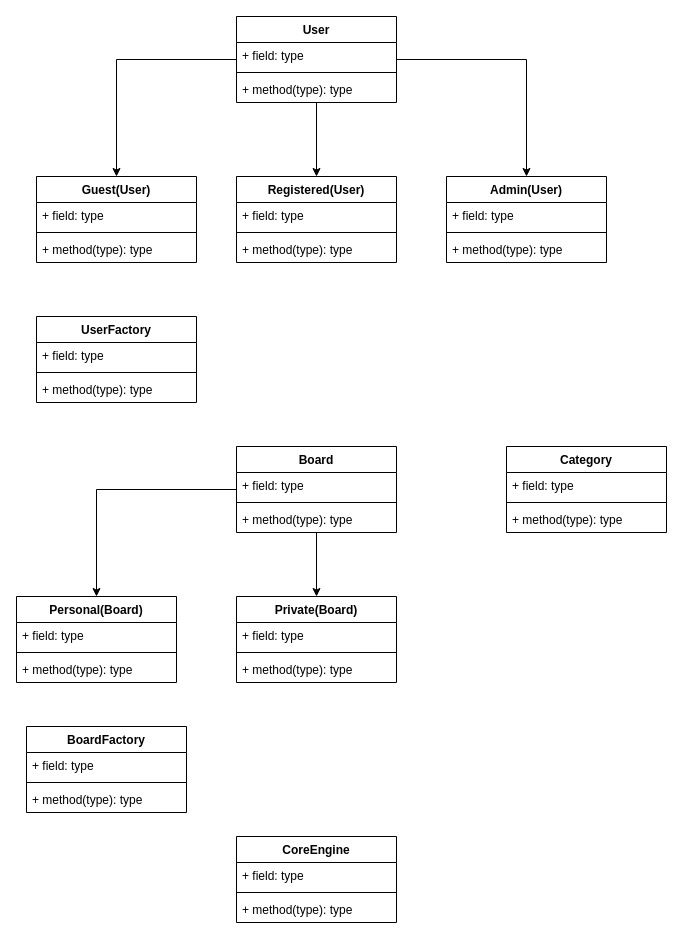
log-box/archPatterns keeps this draw.io diagram as geekbfains_patterns.drawio. Above is the earlier version. Source tidied: cells renumbered, new cells numbered last; positions are measured from the earlier drawing's top-left corner, leaving out a move shared by most shapes. Both pictures are drawn from the tidied source at 100%, with x=0, y=0 at pixel (16, 16).
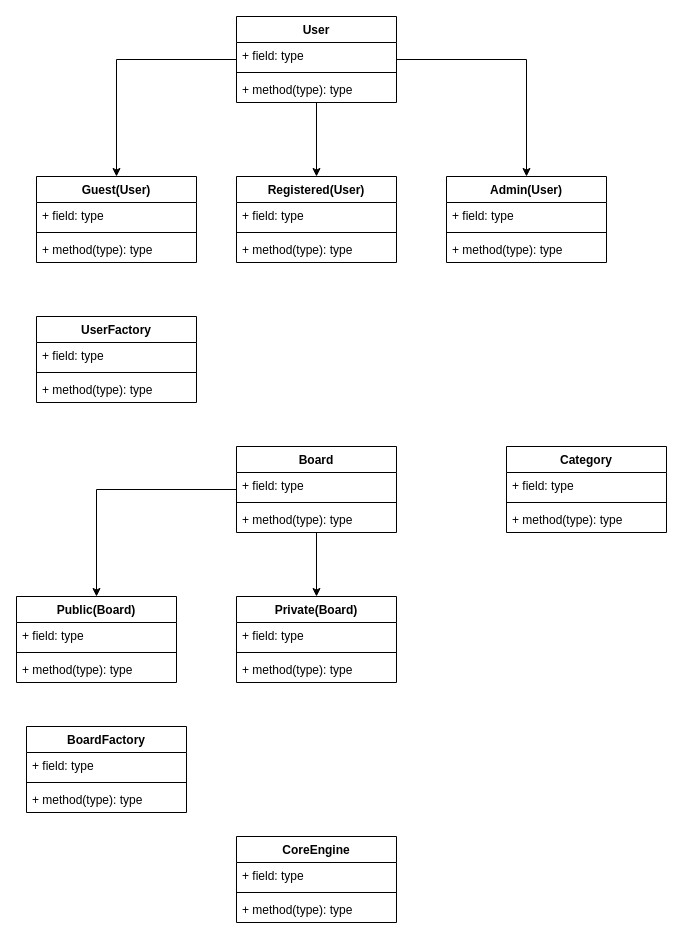
Above is the later version.

What changed in the source:
```diff
@@
-    <mxCell id="31" value="Personal(Board)" style="swimlane;fontStyle=1;align=center;verticalAlign=top;horizontal=1;startSize=26;" parent="1" vertex="1">
+    <mxCell id="31" value="Public(Board)" style="swimlane;fontStyle=1;align=center;verticalAlign=top;horizontal=1;startSize=26;" parent="1" vertex="1">
       <mxGeometry y="580" width="160" height="86" as="geometry" />
     </mxCell>
```
